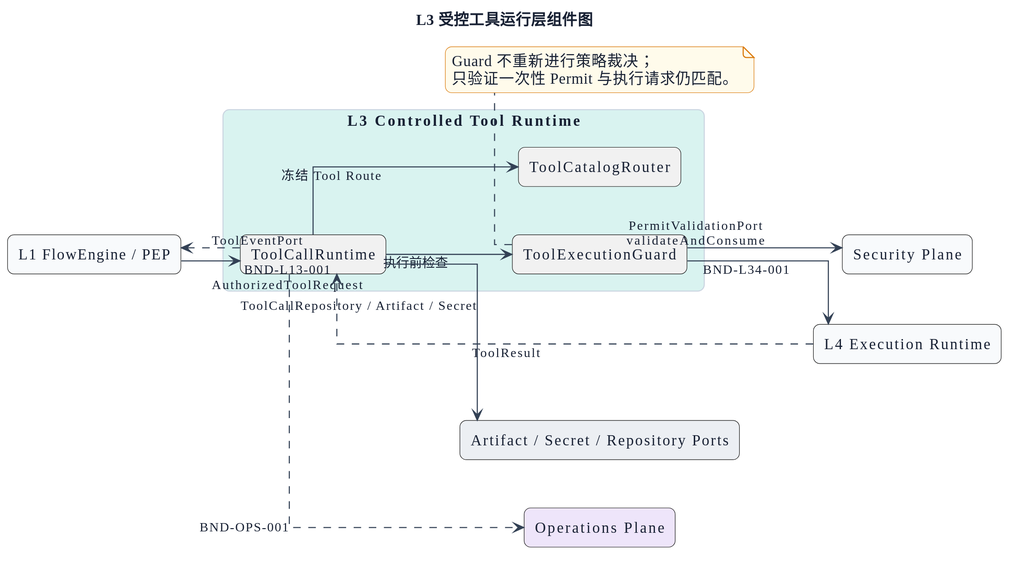
Above: packages/lawclaw-agent-kernel/docs/design/diagrams/rendered/layers/04-l3-tool-runtime-components.svg in OscarChang46/pi (PlantUML), before the change.
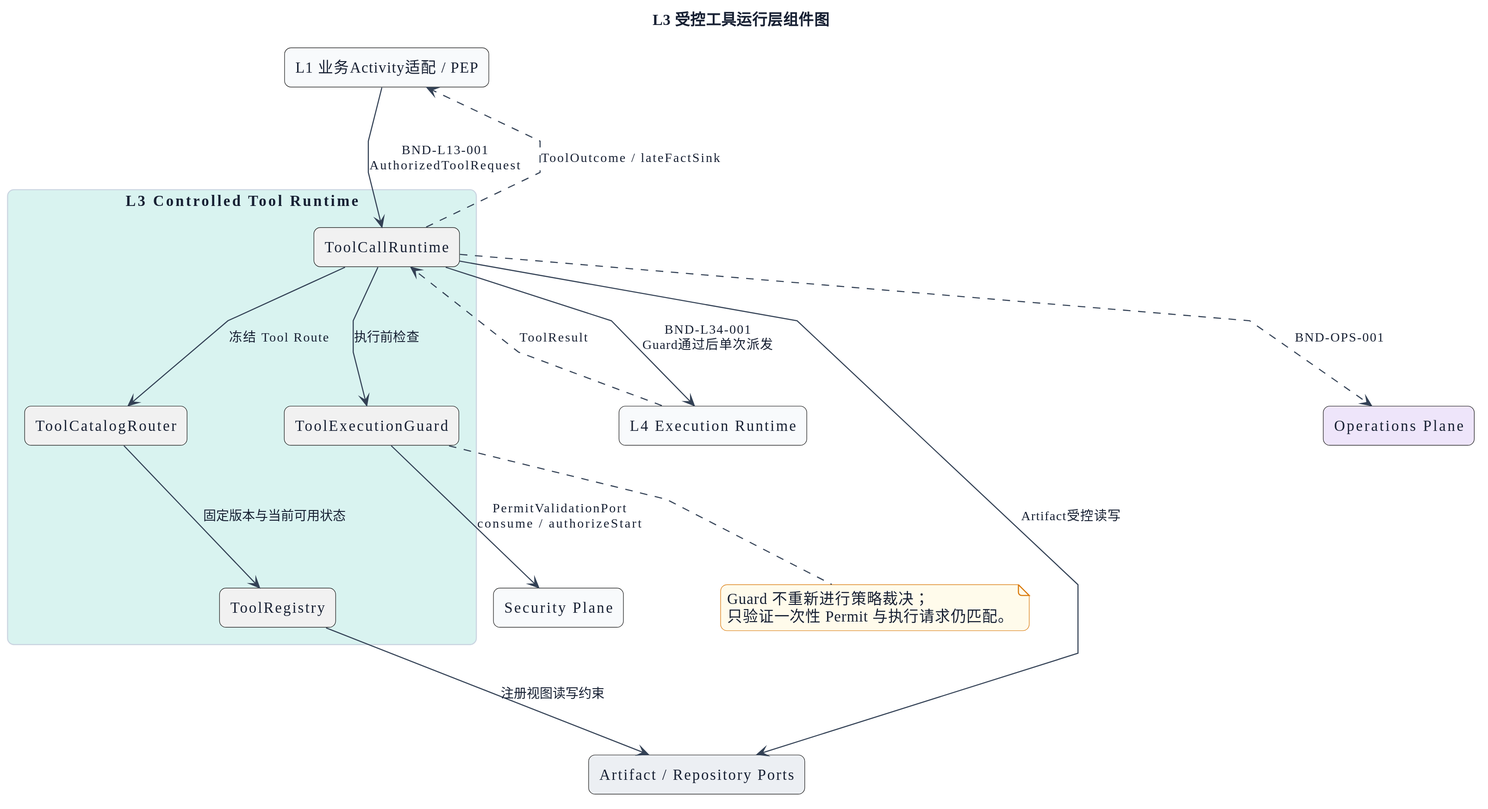
After the change.

Change to the diagram source:
```diff
@@ -1,27 +1,33 @@
 @startuml
 !include ../theme.puml
 title L3 受控工具运行层组件图
-left to right direction
+top to bottom direction
+skinparam linetype polyline
+skinparam nodesep 90
+skinparam ranksep 100
 
-rectangle "L1 FlowEngine / PEP" as L1 LC_EXTERNAL
+rectangle "L1 业务Activity适配 / PEP" as L1 LC_EXTERNAL
 package "L3 Controlled Tool Runtime" LC_ADAPTER {
+  component "ToolRegistry" as REGISTRY
   component "ToolCatalogRouter" as CATALOG
   component "ToolCallRuntime" as RUNTIME
   component "ToolExecutionGuard" as GUARD
 }
 rectangle "Security Plane" as SEC LC_EXTERNAL
 rectangle "L4 Execution Runtime" as L4 LC_EXTERNAL
-rectangle "Artifact / Secret / Repository Ports" as INFRA LC_INFRASTRUCTURE
+rectangle "Artifact / Repository Ports" as INFRA LC_INFRASTRUCTURE
 rectangle "Operations Plane" as OPS LC_OPERATIONS
 
 L1 --> RUNTIME : BND-L13-001\nAuthorizedToolRequest
 RUNTIME --> CATALOG : 冻结 Tool Route
 RUNTIME --> GUARD : 执行前检查
-GUARD --> SEC : PermitValidationPort\nvalidateAndConsume
-GUARD --> L4 : BND-L34-001
-L4 ..> RUNTIME : ToolResult
-RUNTIME --> INFRA : ToolCallRepository / Artifact / Secret
-RUNTIME ..> L1 : ToolEventPort
+GUARD --> SEC : PermitValidationPort\nconsume / authorizeStart
+RUNTIME --> L4 : BND-L34-001\nGuard通过后单次派发
+L4 -[norank,dashed]-> RUNTIME : ToolResult
+CATALOG --> REGISTRY : 固定版本与当前可用状态
+REGISTRY --> INFRA : 注册视图读写约束
+RUNTIME --> INFRA : Artifact受控读写
+RUNTIME -[norank,dashed]-> L1 : ToolOutcome / lateFactSink
 RUNTIME ..> OPS : BND-OPS-001
 
 note bottom of GUARD
```
